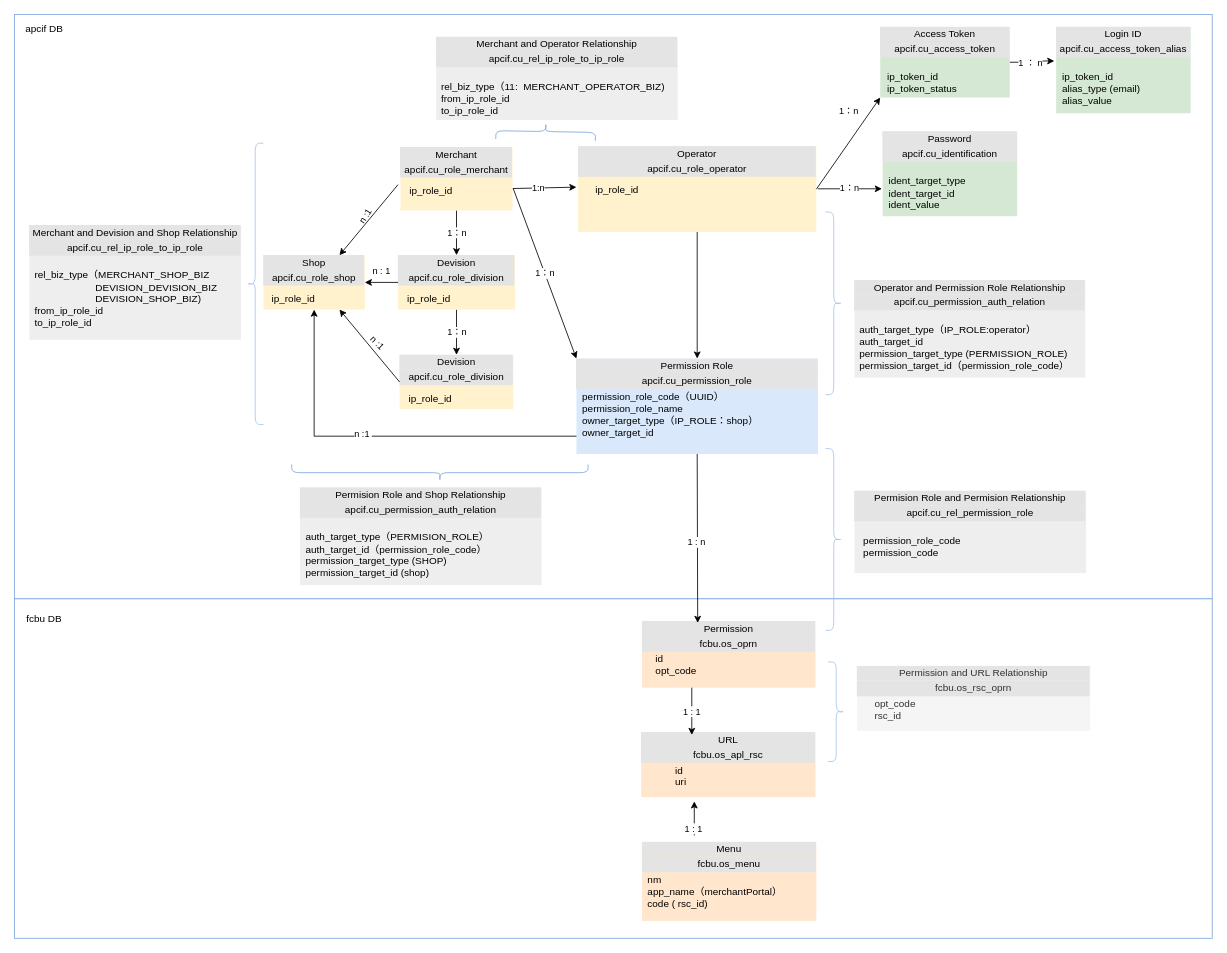
Before: page "模型" (3 of 5) of Merchant portal.drawio in renqiuming/drawio, a draw.io diagram. Source tidied: cells renumbered, new cells numbered last; positions are measured from the earlier drawing's top-left corner, leaving out a move shared by most shapes. Both pictures are drawn from the tidied source at 83%, with x=0, y=0 at pixel (14, 14).
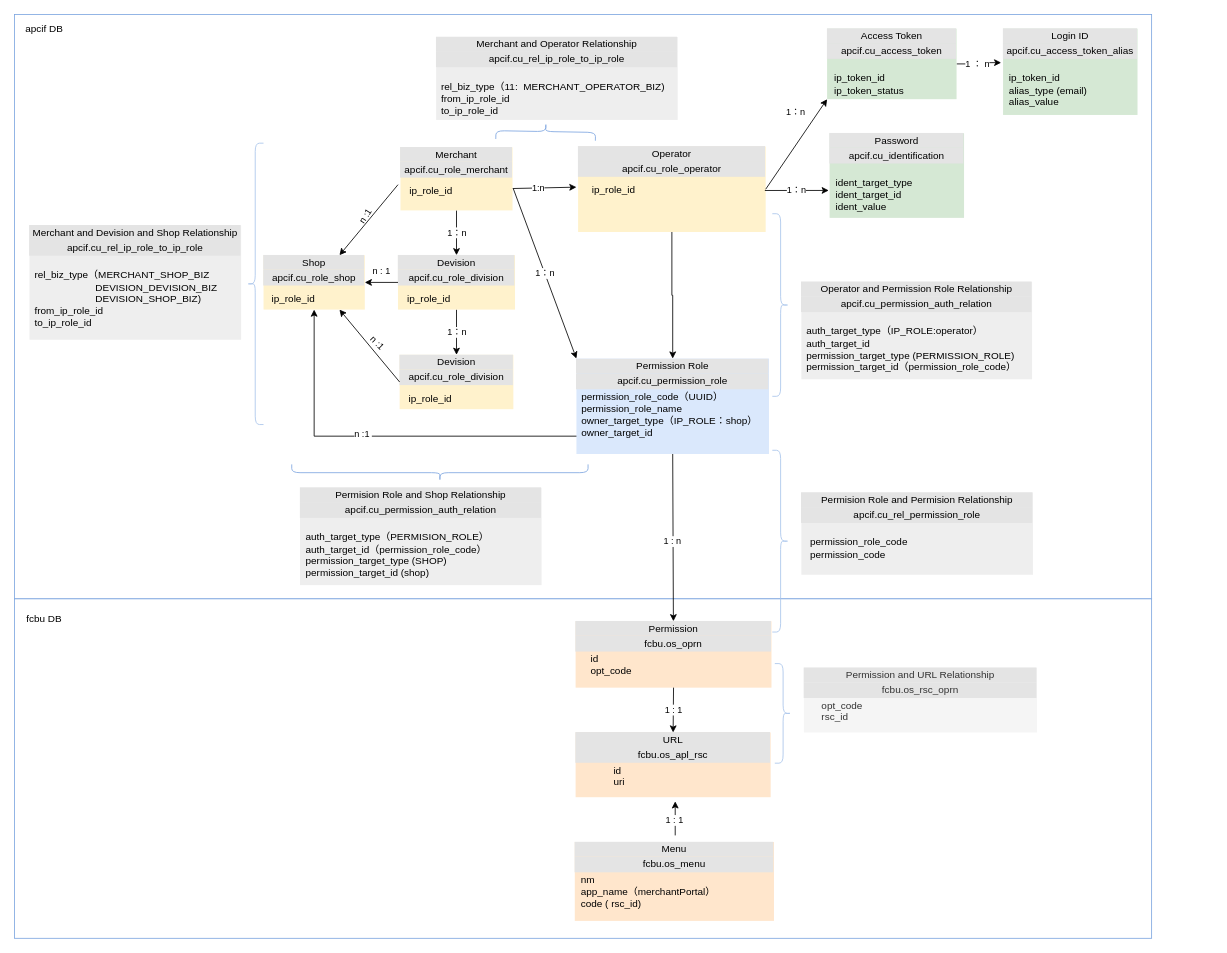
After the change.

What changed in the source:
```diff
@@
     <mxCell id="2" style="rounded=0;whiteSpace=wrap;html=1;strokeColor=#7EA6E0;" parent="1" vertex="1">
-      <mxGeometry width="1443" height="704" as="geometry" />
+      <mxGeometry width="1370" height="704" as="geometry" />
     </mxCell>
     <mxCell id="3" style="rounded=0;whiteSpace=wrap;html=1;strokeColor=#7EA6E0;" parent="1" vertex="1">
-      <mxGeometry y="704" width="1443" height="409" as="geometry" />
+      <mxGeometry y="704" width="1370" height="409" as="geometry" />
     </mxCell>
@@
     <mxCell id="6" value="&lt;div style=&quot;box-sizing: border-box ; width: 100% ; background: #e4e4e4 ; padding: 2px&quot;&gt;Access Token&lt;/div&gt;&lt;div style=&quot;box-sizing: border-box ; width: 100% ; background: #e4e4e4 ; padding: 2px&quot;&gt;apcif.cu_access_token&lt;/div&gt;&lt;table style=&quot;width: 100% ; font-size: 1em&quot; cellpadding=&quot;2&quot; cellspacing=&quot;0&quot;&gt;&lt;tbody&gt;&lt;tr&gt;&lt;td&gt;&lt;/td&gt;&lt;td style=&quot;text-align: left&quot;&gt;&lt;br&gt;ip_token_id&lt;br&gt;ip_token_status&lt;br&gt;&lt;/td&gt;&lt;/tr&gt;&lt;tr&gt;&lt;td style=&quot;text-align: left&quot;&gt;&lt;br&gt;&lt;/td&gt;&lt;td style=&quot;text-align: left&quot;&gt;&lt;br&gt;&lt;/td&gt;&lt;/tr&gt;&lt;tr&gt;&lt;td&gt;&lt;/td&gt;&lt;td&gt;&lt;br&gt;&lt;/td&gt;&lt;/tr&gt;&lt;/tbody&gt;&lt;/table&gt;" style="verticalAlign=top;align=center;overflow=fill;html=1;fillColor=#d5e8d4;strokeColor=none;" parent="1" vertex="1">
-      <mxGeometry x="1043" y="15" width="156" height="85" as="geometry" />
+      <mxGeometry x="979" y="17" width="156" height="85" as="geometry" />
     </mxCell>
     <mxCell id="7" value="&lt;div style=&quot;box-sizing: border-box ; width: 100% ; background: #e4e4e4 ; padding: 2px&quot;&gt;Login ID&lt;/div&gt;&lt;div style=&quot;box-sizing: border-box ; width: 100% ; background: #e4e4e4 ; padding: 2px&quot;&gt;apcif.cu_access_token_alias&lt;/div&gt;&lt;table style=&quot;width: 100% ; font-size: 1em&quot; cellpadding=&quot;2&quot; cellspacing=&quot;0&quot;&gt;&lt;tbody&gt;&lt;tr&gt;&lt;td&gt;&lt;/td&gt;&lt;td style=&quot;text-align: left&quot;&gt;&lt;br&gt;ip_token_id&lt;br&gt;alias_type (email)&lt;br&gt;alias_value&lt;br&gt;&lt;/td&gt;&lt;/tr&gt;&lt;tr&gt;&lt;td style=&quot;text-align: left&quot;&gt;&lt;br&gt;&lt;/td&gt;&lt;td style=&quot;text-align: left&quot;&gt;&lt;br&gt;&lt;/td&gt;&lt;td&gt;&lt;div style=&quot;text-align: left&quot;&gt;&lt;br&gt;&lt;/div&gt;&lt;div style=&quot;text-align: left&quot;&gt;&lt;span style=&quot;font-size: 1em&quot;&gt;&lt;br&gt;&lt;/span&gt;&lt;/div&gt;&lt;div style=&quot;text-align: left&quot;&gt;&lt;br&gt;&lt;/div&gt;&lt;/td&gt;&lt;td&gt;&lt;/td&gt;&lt;td&gt;&lt;/td&gt;&lt;td&gt;&lt;/td&gt;&lt;/tr&gt;&lt;/tbody&gt;&lt;/table&gt;" style="verticalAlign=top;align=center;overflow=fill;html=1;fillColor=#d5e8d4;strokeColor=none;" parent="1" vertex="1">
-      <mxGeometry x="1255" y="15" width="162" height="104" as="geometry" />
+      <mxGeometry x="1191" y="17" width="162" height="104" as="geometry" />
     </mxCell>
     <mxCell id="8" value="&lt;div style=&quot;box-sizing: border-box ; width: 100% ; background: #e4e4e4 ; padding: 2px&quot;&gt;Password&lt;/div&gt;&lt;div style=&quot;box-sizing: border-box ; width: 100% ; background: #e4e4e4 ; padding: 2px&quot;&gt;apcif.cu_identification&lt;/div&gt;&lt;table style=&quot;width: 100% ; font-size: 1em&quot; cellpadding=&quot;2&quot; cellspacing=&quot;0&quot;&gt;&lt;tbody&gt;&lt;tr&gt;&lt;td&gt;&lt;/td&gt;&lt;td style=&quot;text-align: left&quot;&gt;&lt;br&gt;ident_target_type&lt;br&gt;ident_target_id&lt;br&gt;ident_value&lt;br&gt;&lt;/td&gt;&lt;/tr&gt;&lt;tr&gt;&lt;td style=&quot;text-align: left&quot;&gt;&lt;br&gt;&lt;/td&gt;&lt;td style=&quot;text-align: left&quot;&gt;&lt;br&gt;&lt;/td&gt;&lt;td&gt;&lt;div style=&quot;text-align: left&quot;&gt;&lt;br&gt;&lt;/div&gt;&lt;div style=&quot;text-align: left&quot;&gt;&lt;span style=&quot;font-size: 1em&quot;&gt;&lt;br&gt;&lt;/span&gt;&lt;/div&gt;&lt;div style=&quot;text-align: left&quot;&gt;&lt;br&gt;&lt;/div&gt;&lt;/td&gt;&lt;td&gt;&lt;/td&gt;&lt;td&gt;&lt;/td&gt;&lt;td&gt;&lt;/td&gt;&lt;/tr&gt;&lt;/tbody&gt;&lt;/table&gt;" style="verticalAlign=top;align=center;overflow=fill;html=1;fillColor=#d5e8d4;strokeColor=none;" parent="1" vertex="1">
-      <mxGeometry x="1046" y="141" width="162" height="102" as="geometry" />
+      <mxGeometry x="982" y="143" width="162" height="102" as="geometry" />
     </mxCell>
@@
     <mxCell id="19" value="&lt;div style=&quot;box-sizing: border-box ; width: 100% ; background: #e4e4e4 ; padding: 2px&quot;&gt;Operator&lt;/div&gt;&lt;div style=&quot;box-sizing: border-box ; width: 100% ; background: #e4e4e4 ; padding: 2px&quot;&gt;apcif.cu_role_operator&lt;/div&gt;&lt;table style=&quot;width: 100% ; font-size: 1em&quot; cellpadding=&quot;2&quot; cellspacing=&quot;0&quot;&gt;&lt;tbody&gt;&lt;tr&gt;&lt;td&gt;&lt;br&gt;&lt;br&gt;&lt;/td&gt;&lt;td style=&quot;text-align: left&quot;&gt;ip_role_id&lt;/td&gt;&lt;/tr&gt;&lt;tr&gt;&lt;td style=&quot;text-align: left&quot;&gt;&lt;br&gt;&lt;/td&gt;&lt;td style=&quot;text-align: left&quot;&gt;&lt;br&gt;&lt;/td&gt;&lt;/tr&gt;&lt;tr&gt;&lt;td&gt;&lt;/td&gt;&lt;td&gt;&lt;br&gt;&lt;/td&gt;&lt;/tr&gt;&lt;/tbody&gt;&lt;/table&gt;" style="verticalAlign=top;align=center;overflow=fill;html=1;fillColor=#fff2cc;strokeColor=none;" parent="1" vertex="1">
-      <mxGeometry x="679" y="159" width="287" height="103" as="geometry" />
+      <mxGeometry x="679" y="159" width="226" height="103" as="geometry" />
     </mxCell>
@@
     <mxCell id="21" value="&lt;div style=&quot;box-sizing: border-box ; width: 100% ; background: #e4e4e4 ; padding: 2px&quot;&gt;Permission Role&lt;/div&gt;&lt;div style=&quot;box-sizing: border-box ; width: 100% ; background: #e4e4e4 ; padding: 2px&quot;&gt;apcif.cu_permission_role&lt;/div&gt;&lt;table style=&quot;width: 100% ; font-size: 1em&quot; cellpadding=&quot;2&quot; cellspacing=&quot;0&quot;&gt;&lt;tbody&gt;&lt;tr&gt;&lt;td&gt;&lt;br&gt;&lt;br&gt;&lt;/td&gt;&lt;td style=&quot;text-align: left&quot;&gt;permission_role_code（UUID）&lt;br&gt;permission_role_name&lt;br&gt;owner_target_type（IP_ROLE：shop）&lt;br&gt;owner_target_id&lt;br&gt;&lt;/td&gt;&lt;/tr&gt;&lt;tr&gt;&lt;td style=&quot;text-align: left&quot;&gt;&lt;br&gt;&lt;/td&gt;&lt;td style=&quot;text-align: left&quot;&gt;&lt;br&gt;&lt;/td&gt;&lt;/tr&gt;&lt;tr&gt;&lt;td&gt;&lt;/td&gt;&lt;td&gt;&lt;br&gt;&lt;/td&gt;&lt;/tr&gt;&lt;/tbody&gt;&lt;/table&gt;" style="verticalAlign=top;align=center;overflow=fill;html=1;fillColor=#dae8fc;strokeColor=none;" parent="1" vertex="1">
-      <mxGeometry x="677" y="414.5" width="291" height="115" as="geometry" />
+      <mxGeometry x="677" y="414.5" width="232" height="115" as="geometry" />
     </mxCell>
@@
     <mxCell id="23" value="&lt;div style=&quot;box-sizing: border-box ; width: 100% ; background: #e4e4e4 ; padding: 2px&quot;&gt;Permission&lt;/div&gt;&lt;div style=&quot;box-sizing: border-box ; width: 100% ; background: #e4e4e4 ; padding: 2px&quot;&gt;fcbu.os_oprn&lt;/div&gt;&lt;table style=&quot;width: 100% ; font-size: 1em&quot; cellpadding=&quot;2&quot; cellspacing=&quot;0&quot;&gt;&lt;tbody&gt;&lt;tr&gt;&lt;td&gt;&lt;br&gt;&lt;br&gt;&lt;/td&gt;&lt;td style=&quot;text-align: left&quot;&gt;id&lt;br&gt;opt_code&lt;br&gt;&lt;br&gt;&lt;/td&gt;&lt;/tr&gt;&lt;tr&gt;&lt;td style=&quot;text-align: left&quot;&gt;&lt;br&gt;&lt;/td&gt;&lt;td style=&quot;text-align: left&quot;&gt;&lt;br&gt;&lt;/td&gt;&lt;/tr&gt;&lt;tr&gt;&lt;td&gt;&lt;/td&gt;&lt;td&gt;&lt;br&gt;&lt;/td&gt;&lt;/tr&gt;&lt;/tbody&gt;&lt;/table&gt;" style="verticalAlign=top;align=center;overflow=fill;html=1;fillColor=#ffe6cc;strokeColor=none;" parent="1" vertex="1">
-      <mxGeometry x="756" y="731" width="209" height="80" as="geometry" />
+      <mxGeometry x="676" y="731" width="236" height="80" as="geometry" />
     </mxCell>
@@
     <mxCell id="25" value="&lt;div style=&quot;box-sizing: border-box ; width: 100% ; background: #e4e4e4 ; padding: 2px&quot;&gt;Operator and Permission Role Relationship&lt;/div&gt;&lt;div style=&quot;box-sizing: border-box ; width: 100% ; background: #e4e4e4 ; padding: 2px&quot;&gt;apcif.cu_permission_auth_relation&lt;/div&gt;&lt;table style=&quot;width: 100% ; font-size: 1em&quot; cellpadding=&quot;2&quot; cellspacing=&quot;0&quot;&gt;&lt;tbody&gt;&lt;tr&gt;&lt;td&gt;&lt;br&gt;&lt;br&gt;&lt;/td&gt;&lt;td style=&quot;text-align: left&quot;&gt;&lt;br&gt;auth_target_type（IP_ROLE:operator）&lt;br&gt;auth_target_id&lt;br&gt;permission_target_type (PERMISSION_ROLE)&lt;br&gt;permission_target_id（permission_role_code）&lt;br&gt;&lt;/td&gt;&lt;/tr&gt;&lt;tr&gt;&lt;td style=&quot;text-align: left&quot;&gt;&lt;br&gt;&lt;/td&gt;&lt;td style=&quot;text-align: left&quot;&gt;&lt;br&gt;&lt;/td&gt;&lt;/tr&gt;&lt;tr&gt;&lt;td&gt;&lt;/td&gt;&lt;td&gt;&lt;br&gt;&lt;/td&gt;&lt;/tr&gt;&lt;/tbody&gt;&lt;/table&gt;" style="verticalAlign=top;align=center;overflow=fill;html=1;fillColor=#eeeeee;strokeColor=none;" parent="1" vertex="1">
-      <mxGeometry x="1012" y="320" width="278" height="117.5" as="geometry" />
+      <mxGeometry x="948" y="322" width="278" height="117.5" as="geometry" />
     </mxCell>
@@
     <mxCell id="28" style="shape=curlyBracket;whiteSpace=wrap;html=1;rounded=1;flipH=1;strokeColor=#A9C4EB;" parent="1" vertex="1">
-      <mxGeometry x="977" y="523" width="20" height="219" as="geometry" />
+      <mxGeometry x="913" y="525" width="20" height="219" as="geometry" />
     </mxCell>
     <mxCell id="29" style="shape=curlyBracket;whiteSpace=wrap;html=1;rounded=1;flipH=1;strokeColor=#A9C4EB;" parent="1" vertex="1">
-      <mxGeometry x="977" y="238" width="20" height="220" as="geometry" />
+      <mxGeometry x="913" y="240" width="20" height="220" as="geometry" />
     </mxCell>
     <mxCell id="30" style="endArrow=classic;html=1;rounded=0;entryX=-0.006;entryY=0.676;entryDx=0;entryDy=0;entryPerimeter=0;" parent="1" edge="1" target="8">
       <mxGeometry relative="1" as="geometry">
-        <mxPoint x="968" y="210" as="sourcePoint" />
+        <mxPoint x="904" y="212" as="sourcePoint" />
       </mxGeometry>
     </mxCell>
@@
     <mxCell id="32" value="&lt;div style=&quot;box-sizing: border-box ; width: 100% ; background: #e4e4e4 ; padding: 2px&quot;&gt;Permision Role and Permision Relationship&lt;/div&gt;&lt;div style=&quot;box-sizing: border-box ; width: 100% ; background: #e4e4e4 ; padding: 2px&quot;&gt;apcif.cu_rel_permission_role&lt;/div&gt;&lt;table style=&quot;width: 100% ; font-size: 1em&quot; cellpadding=&quot;2&quot; cellspacing=&quot;0&quot;&gt;&lt;tbody&gt;&lt;tr&gt;&lt;td&gt;&lt;br&gt;&lt;br&gt;&lt;/td&gt;&lt;td style=&quot;text-align: left&quot;&gt;&lt;br&gt;permission_role_code&lt;br&gt;permission_code&lt;br&gt;&lt;/td&gt;&lt;/tr&gt;&lt;tr&gt;&lt;td style=&quot;text-align: left&quot;&gt;&lt;br&gt;&lt;/td&gt;&lt;td style=&quot;text-align: left&quot;&gt;&lt;br&gt;&lt;/td&gt;&lt;/tr&gt;&lt;tr&gt;&lt;td&gt;&lt;/td&gt;&lt;td&gt;&lt;br&gt;&lt;/td&gt;&lt;/tr&gt;&lt;/tbody&gt;&lt;/table&gt;" style="verticalAlign=top;align=center;overflow=fill;html=1;fillColor=#eeeeee;strokeColor=none;" parent="1" vertex="1">
-      <mxGeometry x="1012" y="573.8" width="279" height="99.2" as="geometry" />
+      <mxGeometry x="948" y="575.8" width="279" height="99.2" as="geometry" />
     </mxCell>
@@
     <mxCell id="38" value="&lt;div style=&quot;box-sizing: border-box ; width: 100% ; background: #e4e4e4 ; padding: 2px&quot;&gt;URL&lt;br&gt;&lt;/div&gt;&lt;div style=&quot;box-sizing: border-box ; width: 100% ; background: #e4e4e4 ; padding: 2px&quot;&gt;fcbu.os_apl_rsc&lt;/div&gt;&lt;table style=&quot;width: 100% ; font-size: 1em&quot; cellpadding=&quot;2&quot; cellspacing=&quot;0&quot;&gt;&lt;tbody&gt;&lt;tr&gt;&lt;td&gt;&lt;br&gt;&lt;br&gt;&lt;/td&gt;&lt;td style=&quot;text-align: left&quot;&gt;id&lt;br&gt;uri&lt;br&gt;&lt;/td&gt;&lt;/tr&gt;&lt;tr&gt;&lt;td style=&quot;text-align: left&quot;&gt;&lt;br&gt;&lt;/td&gt;&lt;td style=&quot;text-align: left&quot;&gt;&lt;br&gt;&lt;/td&gt;&lt;/tr&gt;&lt;tr&gt;&lt;td&gt;&lt;/td&gt;&lt;td&gt;&lt;br&gt;&lt;/td&gt;&lt;/tr&gt;&lt;/tbody&gt;&lt;/table&gt;" style="verticalAlign=top;align=center;overflow=fill;html=1;fillColor=#ffe6cc;strokeColor=none;" parent="1" vertex="1">
-      <mxGeometry x="755" y="865" width="210" height="78" as="geometry" />
+      <mxGeometry x="676" y="865" width="235" height="78" as="geometry" />
     </mxCell>
     <mxCell id="39" value="&lt;div style=&quot;box-sizing: border-box ; width: 100% ; background: #e4e4e4 ; padding: 2px&quot;&gt;Permission and URL Relationship&lt;/div&gt;&lt;div style=&quot;box-sizing: border-box ; width: 100% ; background: #e4e4e4 ; padding: 2px&quot;&gt;fcbu.os_rsc_oprn&lt;/div&gt;&lt;table style=&quot;width: 100% ; font-size: 1em&quot; cellpadding=&quot;2&quot; cellspacing=&quot;0&quot;&gt;&lt;tbody&gt;&lt;tr&gt;&lt;td&gt;&lt;br&gt;&lt;br&gt;&lt;/td&gt;&lt;td style=&quot;text-align: left&quot;&gt;opt_code&lt;br&gt;rsc_id&lt;br&gt;&lt;/td&gt;&lt;/tr&gt;&lt;tr&gt;&lt;td style=&quot;text-align: left&quot;&gt;&lt;br&gt;&lt;/td&gt;&lt;td style=&quot;text-align: left&quot;&gt;&lt;br&gt;&lt;/td&gt;&lt;/tr&gt;&lt;tr&gt;&lt;td&gt;&lt;/td&gt;&lt;td&gt;&lt;br&gt;&lt;/td&gt;&lt;/tr&gt;&lt;/tbody&gt;&lt;/table&gt;" style="verticalAlign=top;align=center;overflow=fill;html=1;fillColor=#f5f5f5;strokeColor=none;fontColor=#333333;" parent="1" vertex="1">
-      <mxGeometry x="1015" y="785" width="281" height="78" as="geometry" />
+      <mxGeometry x="951" y="787" width="281" height="78" as="geometry" />
     </mxCell>
     <mxCell id="40" style="shape=curlyBracket;whiteSpace=wrap;html=1;rounded=1;flipH=1;strokeColor=#A9C4EB;" parent="1" vertex="1">
-      <mxGeometry x="980" y="780" width="20" height="120" as="geometry" />
+      <mxGeometry x="916" y="782" width="20" height="120" as="geometry" />
     </mxCell>
-    <mxCell id="41" style="rounded=0;jettySize=auto;html=1;exitX=0.5;exitY=1;exitDx=0;exitDy=0;entryX=0.321;entryY=0.025;entryDx=0;entryDy=0;entryPerimeter=0;" parent="1" edge="1" source="21" target="23">
+    <mxCell id="41" style="rounded=0;jettySize=auto;html=1;exitX=0.5;exitY=1;exitDx=0;exitDy=0;" parent="1" edge="1" source="21" target="23">
       <mxGeometry relative="1" as="geometry" />
     </mxCell>
@@
-    <mxCell id="43" value="1 : 1" style="edgeStyle=none;rounded=0;jettySize=auto;html=1;exitX=0.287;exitY=1;exitDx=0;exitDy=0;exitPerimeter=0;" parent="1" edge="1" source="23">
-      <mxGeometry relative="1" as="geometry">
-        <mxPoint x="816" y="868" as="targetPoint" />
-      </mxGeometry>
-    </mxCell>
     <mxCell id="44" style="edgeStyle=none;rounded=0;orthogonalLoop=1;jettySize=auto;html=1;" parent="1" edge="1">
       <mxGeometry relative="1" as="geometry">
-        <mxPoint x="819" y="989" as="sourcePoint" />
-        <mxPoint x="819" y="948" as="targetPoint" />
+        <mxPoint x="796" y="989" as="sourcePoint" />
+        <mxPoint x="796" y="948" as="targetPoint" />
       </mxGeometry>
     </mxCell>
     <mxCell id="45" value="1 : 1" style="edgeLabel;html=1;align=center;verticalAlign=middle;" parent="44" vertex="1">
       <mxGeometry x="-0.53" y="2" relative="1" as="geometry">
-        <mxPoint y="1" as="offset" />
+        <mxPoint y="-9" as="offset" />
       </mxGeometry>
     </mxCell>
     <mxCell id="46" value="&lt;div style=&quot;box-sizing: border-box ; width: 100% ; background: #e4e4e4 ; padding: 2px&quot;&gt;Menu&lt;br&gt;&lt;/div&gt;&lt;div style=&quot;box-sizing: border-box ; width: 100% ; background: #e4e4e4 ; padding: 2px&quot;&gt;fcbu.os_menu&lt;/div&gt;&lt;table style=&quot;width: 100% ; font-size: 1em&quot; cellpadding=&quot;2&quot; cellspacing=&quot;0&quot;&gt;&lt;tbody&gt;&lt;tr&gt;&lt;td&gt;&lt;br&gt;&lt;br&gt;&lt;/td&gt;&lt;td style=&quot;text-align: left&quot;&gt;nm&lt;br&gt;app_name（merchantPortal）&lt;br&gt;code ( rsc_id)&lt;br&gt;&lt;/td&gt;&lt;/tr&gt;&lt;tr&gt;&lt;td style=&quot;text-align: left&quot;&gt;&lt;br&gt;&lt;/td&gt;&lt;td style=&quot;text-align: left&quot;&gt;&lt;br&gt;&lt;/td&gt;&lt;/tr&gt;&lt;tr&gt;&lt;td&gt;&lt;/td&gt;&lt;td&gt;&lt;br&gt;&lt;/td&gt;&lt;/tr&gt;&lt;/tbody&gt;&lt;/table&gt;" style="verticalAlign=top;align=center;overflow=fill;html=1;fillColor=#ffe6cc;strokeColor=none;" parent="1" vertex="1">
-      <mxGeometry x="756" y="997" width="210" height="95" as="geometry" />
+      <mxGeometry x="675" y="997" width="240" height="95" as="geometry" />
     </mxCell>
@@
+    <mxCell id="43" value="1 : 1" style="edgeStyle=none;rounded=0;jettySize=auto;html=1;exitX=0.5;exitY=1;exitDx=0;exitDy=0;entryX=0.5;entryY=0;entryDx=0;entryDy=0;" parent="1" edge="1" source="23" target="38">
+      <mxGeometry relative="1" as="geometry" />
+    </mxCell>
```
